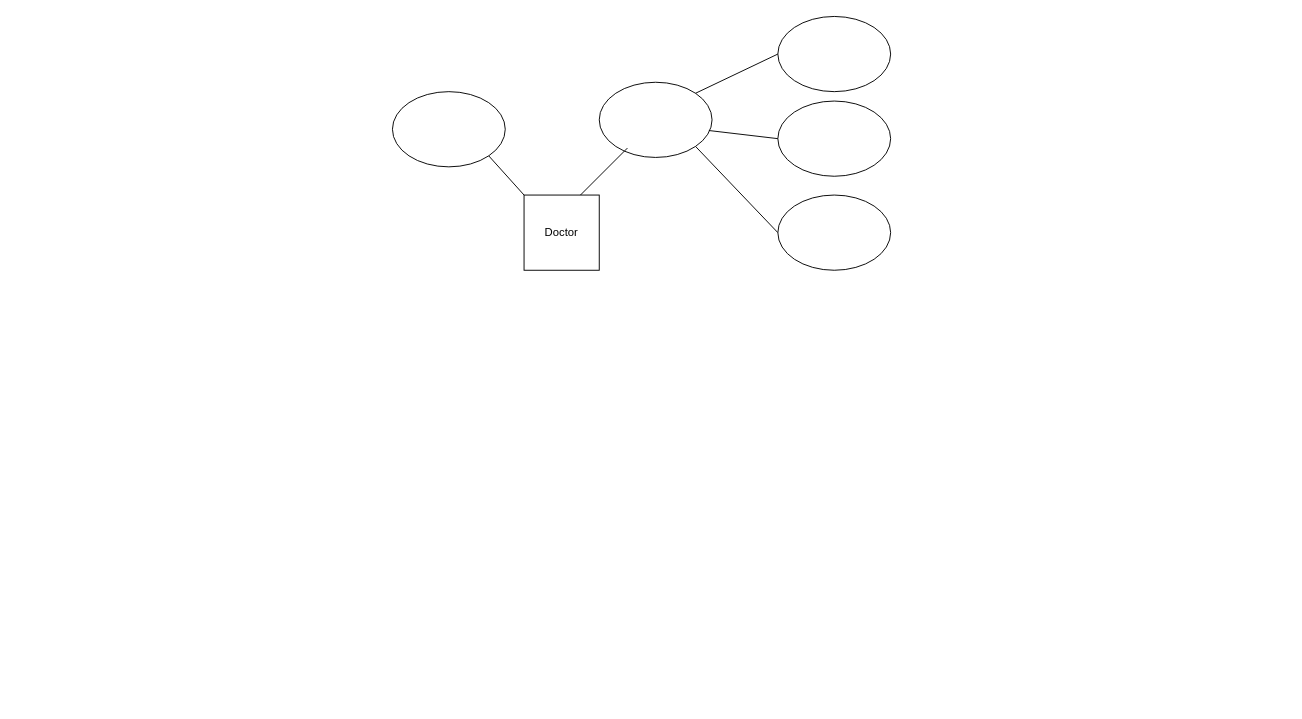
yun-2000/yun-2000 keeps this draw.io diagram as Untitled Diagram.drawio. Above is the earlier version. Source tidied: cells renumbered, new cells numbered last; positions are measured from the earlier drawing's top-left corner, leaving out a move shared by most shapes. Both pictures are drawn from the tidied source at 94%, with x=0, y=0 at pixel (392, 16).
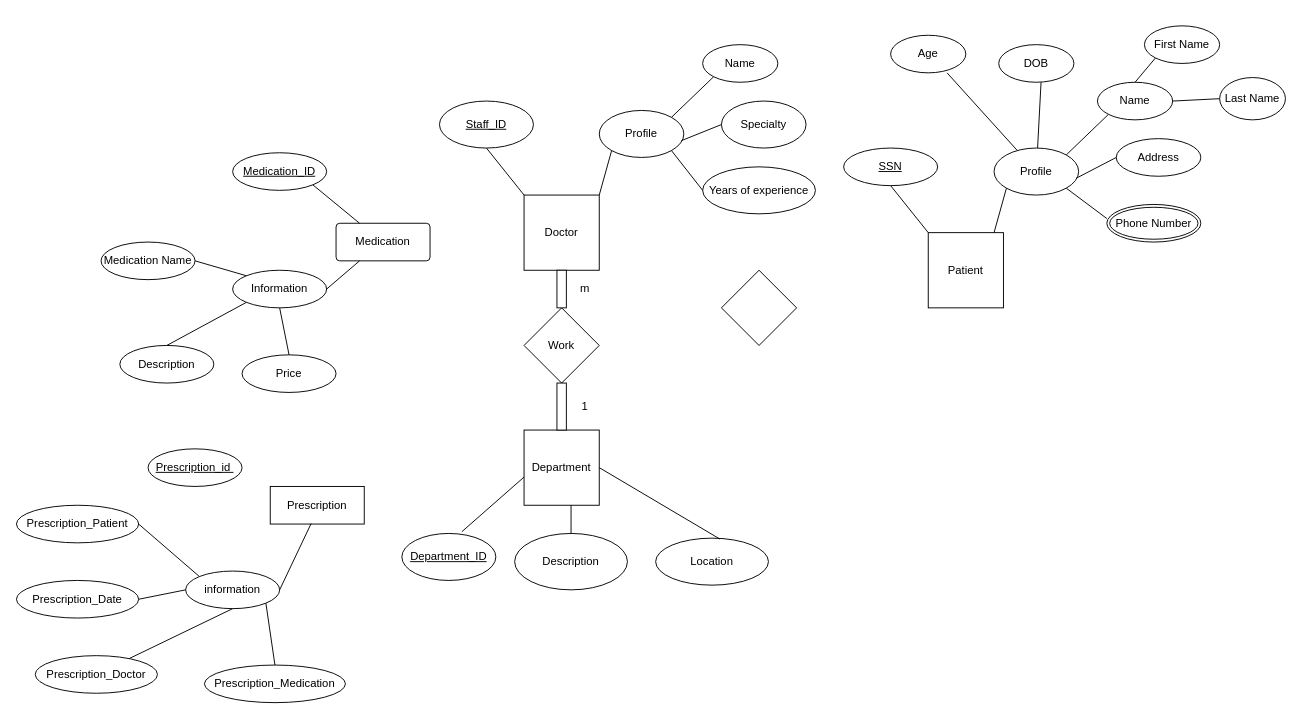
The same diagram, later.

Unchanged cells that the change refers to:
```xml
<mxCell id="2" value="Doctor" style="whiteSpace=wrap;html=1;" parent="1" vertex="1">
  <mxGeometry x="140" y="190" width="80" height="80" as="geometry" />
</mxCell>
```

Change to the diagram source:
```diff
@@
-    <mxCell id="3" style="ellipse;whiteSpace=wrap;html=1;" parent="1" vertex="1">
-      <mxGeometry y="80" width="120" height="80" as="geometry" />
+    <mxCell id="3" value="&lt;u&gt;Staff_ID&lt;/u&gt;" style="ellipse;whiteSpace=wrap;html=1;" parent="1" vertex="1">
+      <mxGeometry x="50" y="90" width="100" height="50" as="geometry" />
     </mxCell>
-    <mxCell id="4" style="ellipse;whiteSpace=wrap;html=1;" parent="1" vertex="1">
-      <mxGeometry x="220" y="70" width="120" height="80" as="geometry" />
+    <mxCell id="4" value="Profile" style="ellipse;whiteSpace=wrap;html=1;" parent="1" vertex="1">
+      <mxGeometry x="220" y="100" width="90" height="50" as="geometry" />
     </mxCell>
-    <mxCell id="5" style="ellipse;whiteSpace=wrap;html=1;" parent="1" vertex="1">
-      <mxGeometry x="410" width="120" height="80" as="geometry" />
+    <mxCell id="5" value="Name" style="ellipse;whiteSpace=wrap;html=1;" parent="1" vertex="1">
+      <mxGeometry x="330" y="30" width="80" height="40" as="geometry" />
     </mxCell>
-    <mxCell id="6" style="ellipse;whiteSpace=wrap;html=1;" parent="1" vertex="1">
-      <mxGeometry x="410" y="90" width="120" height="80" as="geometry" />
+    <mxCell id="6" value="Specialty" style="ellipse;whiteSpace=wrap;html=1;" parent="1" vertex="1">
+      <mxGeometry x="350" y="90" width="90" height="50" as="geometry" />
     </mxCell>
-    <mxCell id="7" style="ellipse;whiteSpace=wrap;html=1;" parent="1" vertex="1">
-      <mxGeometry x="410" y="190" width="120" height="80" as="geometry" />
+    <mxCell id="7" value="Years of experience" style="ellipse;whiteSpace=wrap;html=1;" parent="1" vertex="1">
+      <mxGeometry x="330" y="160" width="120" height="50" as="geometry" />
     </mxCell>
@@
-    <mxCell id="9" style="endArrow=none;html=1;rounded=0;entryX=0;entryY=0.5;entryDx=0;entryDy=0;exitX=1;exitY=0;exitDx=0;exitDy=0;" parent="1" edge="1" source="4" target="5">
+    <mxCell id="9" style="endArrow=none;html=1;rounded=0;entryX=0;entryY=1;entryDx=0;entryDy=0;exitX=1;exitY=0;exitDx=0;exitDy=0;" parent="1" edge="1" source="4" target="5">
       <mxGeometry relative="1" as="geometry" />
     </mxCell>
@@
-    <mxCell id="11" style="endArrow=none;html=1;rounded=0;" parent="1" edge="1">
-      <mxGeometry relative="1" as="geometry">
-        <mxPoint x="200" y="190" as="sourcePoint" />
-        <mxPoint x="250" y="140" as="targetPoint" />
-      </mxGeometry>
+    <mxCell id="11" style="endArrow=none;html=1;rounded=0;entryX=0;entryY=1;entryDx=0;entryDy=0;exitX=1;exitY=0;exitDx=0;exitDy=0;" parent="1" edge="1" source="2" target="4">
+      <mxGeometry relative="1" as="geometry" />
     </mxCell>
-    <mxCell id="12" style="endArrow=none;html=1;rounded=0;entryX=0;entryY=0;entryDx=0;entryDy=0;exitX=1;exitY=1;exitDx=0;exitDy=0;" parent="1" edge="1" source="3" target="2">
+    <mxCell id="12" style="endArrow=none;html=1;rounded=0;entryX=0;entryY=0;entryDx=0;entryDy=0;exitX=0.5;exitY=1;exitDx=0;exitDy=0;" parent="1" edge="1" source="3" target="2">
       <mxGeometry relative="1" as="geometry" />
     </mxCell>
+    <mxCell id="13" value="Department" style="whiteSpace=wrap;html=1;" parent="1" vertex="1">
+      <mxGeometry x="140" y="440" width="80" height="80" as="geometry" />
+    </mxCell>
+    <mxCell id="14" value="&lt;u&gt;Department_ID&lt;/u&gt;" style="ellipse;whiteSpace=wrap;html=1;" parent="1" vertex="1">
+      <mxGeometry x="10" y="550" width="100" height="50" as="geometry" />
+    </mxCell>
+    <mxCell id="15" value="Description" style="ellipse;whiteSpace=wrap;html=1;" parent="1" vertex="1">
+      <mxGeometry x="130" y="550" width="120" height="60" as="geometry" />
+    </mxCell>
+    <mxCell id="16" value="Location" style="ellipse;whiteSpace=wrap;html=1;" parent="1" vertex="1">
+      <mxGeometry x="280" y="555" width="120" height="50" as="geometry" />
+    </mxCell>
+    <mxCell id="17" style="endArrow=none;html=1;rounded=0;exitX=0.639;exitY=-0.038;exitDx=0;exitDy=0;exitPerimeter=0;" parent="1" edge="1" source="14">
+      <mxGeometry relative="1" as="geometry">
+        <mxPoint x="140" y="490" as="targetPoint" />
+      </mxGeometry>
+    </mxCell>
+    <mxCell id="18" style="endArrow=none;html=1;rounded=0;entryX=0.569;entryY=0.018;entryDx=0;entryDy=0;entryPerimeter=0;" parent="1" edge="1" target="16">
+      <mxGeometry relative="1" as="geometry">
+        <mxPoint x="220" y="480" as="sourcePoint" />
+      </mxGeometry>
+    </mxCell>
+    <mxCell id="19" style="endArrow=none;html=1;rounded=0;exitX=0.5;exitY=0;exitDx=0;exitDy=0;" parent="1" edge="1" source="15">
+      <mxGeometry relative="1" as="geometry">
+        <mxPoint x="190" y="520" as="targetPoint" />
+      </mxGeometry>
+    </mxCell>
+    <mxCell id="20" value="Work" style="rhombus;whiteSpace=wrap;html=1;" parent="1" vertex="1">
+      <mxGeometry x="140" y="310" width="80" height="80" as="geometry" />
+    </mxCell>
+    <mxCell id="21" style="html=1;perimeter=orthogonalPerimeter;targetShapes=umlLifeline;newEdgeStyle={&quot;curved&quot;:0,&quot;rounded&quot;:0};" parent="1" vertex="1">
+      <mxGeometry x="175" y="270" width="10" height="40" as="geometry" />
+    </mxCell>
+    <mxCell id="22" value="&lt;div&gt;m&lt;/div&gt;" style="text;html=1;align=center;verticalAlign=middle;whiteSpace=wrap;rounded=0;" parent="1" vertex="1">
+      <mxGeometry x="190" y="280" width="30" height="20" as="geometry" />
+    </mxCell>
+    <mxCell id="23" style="html=1;perimeter=orthogonalPerimeter;targetShapes=umlLifeline;newEdgeStyle={&quot;curved&quot;:0,&quot;rounded&quot;:0};" parent="1" vertex="1">
+      <mxGeometry x="175" y="390" width="10" height="50" as="geometry" />
+    </mxCell>
+    <mxCell id="24" value="1" style="text;html=1;align=center;verticalAlign=middle;whiteSpace=wrap;rounded=0;" parent="1" vertex="1">
+      <mxGeometry x="175" y="400" width="60" height="30" as="geometry" />
+    </mxCell>
+    <mxCell id="25" value="Patient" style="whiteSpace=wrap;html=1;" parent="1" vertex="1">
+      <mxGeometry x="570" y="230" width="80" height="80" as="geometry" />
+    </mxCell>
+    <mxCell id="26" style="rhombus;whiteSpace=wrap;html=1;" parent="1" vertex="1">
+      <mxGeometry x="350" y="270" width="80" height="80" as="geometry" />
+    </mxCell>
+    <mxCell id="27" value="&lt;u&gt;SSN&lt;/u&gt;" style="ellipse;whiteSpace=wrap;html=1;" parent="1" vertex="1">
+      <mxGeometry x="480" y="140" width="100" height="40" as="geometry" />
+    </mxCell>
+    <mxCell id="28" value="Profile" style="ellipse;whiteSpace=wrap;html=1;" parent="1" vertex="1">
+      <mxGeometry x="640" y="140" width="90" height="50" as="geometry" />
+    </mxCell>
+    <mxCell id="29" value="Name" style="ellipse;whiteSpace=wrap;html=1;" parent="1" vertex="1">
+      <mxGeometry x="750" y="70" width="80" height="40" as="geometry" />
+    </mxCell>
+    <mxCell id="30" value="Address" style="ellipse;whiteSpace=wrap;html=1;" parent="1" vertex="1">
+      <mxGeometry x="770" y="130" width="90" height="40" as="geometry" />
+    </mxCell>
+    <mxCell id="31" style="endArrow=none;html=1;rounded=0;exitX=0;exitY=0.5;exitDx=0;exitDy=0;entryX=1;entryY=1;entryDx=0;entryDy=0;" parent="1" edge="1" target="28">
+      <mxGeometry relative="1" as="geometry">
+        <mxPoint x="760" y="215" as="sourcePoint" />
+      </mxGeometry>
+    </mxCell>
+    <mxCell id="32" style="endArrow=none;html=1;rounded=0;entryX=0;entryY=1;entryDx=0;entryDy=0;exitX=1;exitY=0;exitDx=0;exitDy=0;" parent="1" edge="1" source="28" target="29">
+      <mxGeometry relative="1" as="geometry" />
+    </mxCell>
+    <mxCell id="33" style="endArrow=none;html=1;rounded=0;entryX=0;entryY=0.5;entryDx=0;entryDy=0;exitX=0.972;exitY=0.642;exitDx=0;exitDy=0;exitPerimeter=0;" parent="1" edge="1" source="28" target="30">
+      <mxGeometry relative="1" as="geometry" />
+    </mxCell>
+    <mxCell id="34" style="endArrow=none;html=1;rounded=0;entryX=0;entryY=1;entryDx=0;entryDy=0;exitX=1;exitY=0;exitDx=0;exitDy=0;" parent="1" edge="1" target="28">
+      <mxGeometry relative="1" as="geometry">
+        <mxPoint x="640" y="230" as="sourcePoint" />
+      </mxGeometry>
+    </mxCell>
+    <mxCell id="35" style="endArrow=none;html=1;rounded=0;entryX=0;entryY=0;entryDx=0;entryDy=0;exitX=0.5;exitY=1;exitDx=0;exitDy=0;" parent="1" edge="1" source="27">
+      <mxGeometry relative="1" as="geometry">
+        <mxPoint x="570" y="230" as="targetPoint" />
+      </mxGeometry>
+    </mxCell>
+    <mxCell id="36" value="First Name" style="ellipse;whiteSpace=wrap;html=1;" parent="1" vertex="1">
+      <mxGeometry x="800" y="10" width="80" height="40" as="geometry" />
+    </mxCell>
+    <mxCell id="37" value="Last Name" style="ellipse;whiteSpace=wrap;html=1;" parent="1" vertex="1">
+      <mxGeometry x="880" y="65" width="70" height="45" as="geometry" />
+    </mxCell>
+    <mxCell id="38" style="endArrow=none;html=1;rounded=0;exitX=0.5;exitY=0;exitDx=0;exitDy=0;entryX=0;entryY=1;entryDx=0;entryDy=0;" parent="1" edge="1" source="29" target="36">
+      <mxGeometry relative="1" as="geometry" />
+    </mxCell>
+    <mxCell id="39" style="endArrow=none;html=1;rounded=0;entryX=0;entryY=0.5;entryDx=0;entryDy=0;exitX=1;exitY=0.5;exitDx=0;exitDy=0;" parent="1" edge="1" source="29" target="37">
+      <mxGeometry relative="1" as="geometry" />
+    </mxCell>
+    <mxCell id="40" value="Phone Number" style="ellipse;shape=doubleEllipse;margin=3;whiteSpace=wrap;html=1;align=center;" parent="1" vertex="1">
+      <mxGeometry x="760" y="200" width="100" height="40" as="geometry" />
+    </mxCell>
+    <mxCell id="41" value="Age" style="ellipse;whiteSpace=wrap;html=1;align=center;" parent="1" vertex="1">
+      <mxGeometry x="530" y="20" width="80" height="40" as="geometry" />
+    </mxCell>
+    <mxCell id="42" value="DOB" style="ellipse;whiteSpace=wrap;html=1;align=center;" parent="1" vertex="1">
+      <mxGeometry x="645" y="30" width="80" height="40" as="geometry" />
+    </mxCell>
+    <mxCell id="43" style="endArrow=none;html=1;rounded=0;" parent="1" edge="1" source="28">
+      <mxGeometry relative="1" as="geometry">
+        <mxPoint x="690" y="70" as="targetPoint" />
+      </mxGeometry>
+    </mxCell>
+    <mxCell id="44" style="endArrow=none;html=1;rounded=0;" parent="1" edge="1" source="28">
+      <mxGeometry relative="1" as="geometry">
+        <mxPoint x="590" y="60" as="targetPoint" />
+      </mxGeometry>
+    </mxCell>
+    <mxCell id="45" value="Medication" style="rounded=1;arcSize=10;whiteSpace=wrap;html=1;align=center;" parent="1" vertex="1">
+      <mxGeometry x="-60" y="220" width="100" height="40" as="geometry" />
+    </mxCell>
+    <mxCell id="46" value="Medication_ID" style="ellipse;whiteSpace=wrap;html=1;align=center;fontStyle=4;" parent="1" vertex="1">
+      <mxGeometry x="-170" y="145" width="100" height="40" as="geometry" />
+    </mxCell>
+    <mxCell id="47" value="Information" style="ellipse;whiteSpace=wrap;html=1;align=center;" parent="1" vertex="1">
+      <mxGeometry x="-170" y="270" width="100" height="40" as="geometry" />
+    </mxCell>
+    <mxCell id="48" value="Medication Name" style="ellipse;whiteSpace=wrap;html=1;align=center;" parent="1" vertex="1">
+      <mxGeometry x="-310" y="240" width="100" height="40" as="geometry" />
+    </mxCell>
+    <mxCell id="49" value="Description" style="ellipse;whiteSpace=wrap;html=1;align=center;" parent="1" vertex="1">
+      <mxGeometry x="-290" y="350" width="100" height="40" as="geometry" />
+    </mxCell>
+    <mxCell id="50" value="Price" style="ellipse;whiteSpace=wrap;html=1;align=center;" parent="1" vertex="1">
+      <mxGeometry x="-160" y="360" width="100" height="40" as="geometry" />
+    </mxCell>
+    <mxCell id="51" style="endArrow=none;html=1;rounded=0;entryX=0;entryY=0;entryDx=0;entryDy=0;" parent="1" edge="1" target="47">
+      <mxGeometry relative="1" as="geometry">
+        <mxPoint x="-210" y="260" as="sourcePoint" />
+      </mxGeometry>
+    </mxCell>
+    <mxCell id="52" style="endArrow=none;html=1;rounded=0;exitX=0.5;exitY=0;exitDx=0;exitDy=0;entryX=0;entryY=1;entryDx=0;entryDy=0;" parent="1" edge="1" source="49" target="47">
+      <mxGeometry relative="1" as="geometry" />
+    </mxCell>
+    <mxCell id="53" style="endArrow=none;html=1;rounded=0;exitX=0.5;exitY=0;exitDx=0;exitDy=0;entryX=0.5;entryY=1;entryDx=0;entryDy=0;" parent="1" edge="1" source="50" target="47">
+      <mxGeometry relative="1" as="geometry" />
+    </mxCell>
+    <mxCell id="54" style="endArrow=none;html=1;rounded=0;entryX=0.25;entryY=0;entryDx=0;entryDy=0;exitX=1;exitY=1;exitDx=0;exitDy=0;" parent="1" edge="1" source="46" target="45">
+      <mxGeometry relative="1" as="geometry" />
+    </mxCell>
+    <mxCell id="55" style="endArrow=none;html=1;rounded=0;entryX=0.25;entryY=1;entryDx=0;entryDy=0;exitX=1;exitY=0.5;exitDx=0;exitDy=0;" parent="1" edge="1" source="47" target="45">
+      <mxGeometry relative="1" as="geometry" />
+    </mxCell>
+    <mxCell id="56" value="Prescription" style="whiteSpace=wrap;html=1;align=center;" parent="1" vertex="1">
+      <mxGeometry x="-130" y="500" width="100" height="40" as="geometry" />
+    </mxCell>
+    <mxCell id="57" value="&lt;u&gt;Prescription_id&amp;nbsp;&lt;/u&gt;" style="ellipse;whiteSpace=wrap;html=1;align=center;" parent="1" vertex="1">
+      <mxGeometry x="-260" y="460" width="100" height="40" as="geometry" />
+    </mxCell>
+    <mxCell id="58" value="information" style="ellipse;whiteSpace=wrap;html=1;align=center;" parent="1" vertex="1">
+      <mxGeometry x="-220" y="590" width="100" height="40" as="geometry" />
+    </mxCell>
+    <mxCell id="59" value="Prescription_Patient" style="ellipse;whiteSpace=wrap;html=1;align=center;" parent="1" vertex="1">
+      <mxGeometry x="-400" y="520" width="130" height="40" as="geometry" />
+    </mxCell>
+    <mxCell id="60" value="Prescription_Date" style="ellipse;whiteSpace=wrap;html=1;align=center;" parent="1" vertex="1">
+      <mxGeometry x="-400" y="600" width="130" height="40" as="geometry" />
+    </mxCell>
+    <mxCell id="61" value="Prescription_Doctor" style="ellipse;whiteSpace=wrap;html=1;align=center;" parent="1" vertex="1">
+      <mxGeometry x="-380" y="680" width="130" height="40" as="geometry" />
+    </mxCell>
+    <mxCell id="62" value="Prescription_Medication" style="ellipse;whiteSpace=wrap;html=1;align=center;" parent="1" vertex="1">
+      <mxGeometry x="-200" y="690" width="150" height="40" as="geometry" />
+    </mxCell>
+    <mxCell id="63" style="endArrow=none;html=1;rounded=0;entryX=0;entryY=0;entryDx=0;entryDy=0;exitX=1;exitY=0.5;exitDx=0;exitDy=0;" parent="1" edge="1" source="59" target="58">
+      <mxGeometry relative="1" as="geometry" />
+    </mxCell>
+    <mxCell id="64" style="endArrow=none;html=1;rounded=0;entryX=0.5;entryY=1;entryDx=0;entryDy=0;" parent="1" edge="1" source="61" target="58">
+      <mxGeometry relative="1" as="geometry" />
+    </mxCell>
+    <mxCell id="65" style="endArrow=none;html=1;rounded=0;entryX=0;entryY=0.5;entryDx=0;entryDy=0;exitX=1;exitY=0.5;exitDx=0;exitDy=0;" parent="1" edge="1" source="60" target="58">
+      <mxGeometry relative="1" as="geometry" />
+    </mxCell>
+    <mxCell id="66" style="endArrow=none;html=1;rounded=0;entryX=0.5;entryY=0;entryDx=0;entryDy=0;exitX=1;exitY=1;exitDx=0;exitDy=0;" parent="1" edge="1" source="58" target="62">
+      <mxGeometry relative="1" as="geometry" />
+    </mxCell>
+    <mxCell id="67" style="endArrow=none;html=1;rounded=0;entryX=1;entryY=0.5;entryDx=0;entryDy=0;exitX=0.435;exitY=0.986;exitDx=0;exitDy=0;exitPerimeter=0;" parent="1" edge="1" source="56" target="58">
+      <mxGeometry relative="1" as="geometry" />
+    </mxCell>
```
